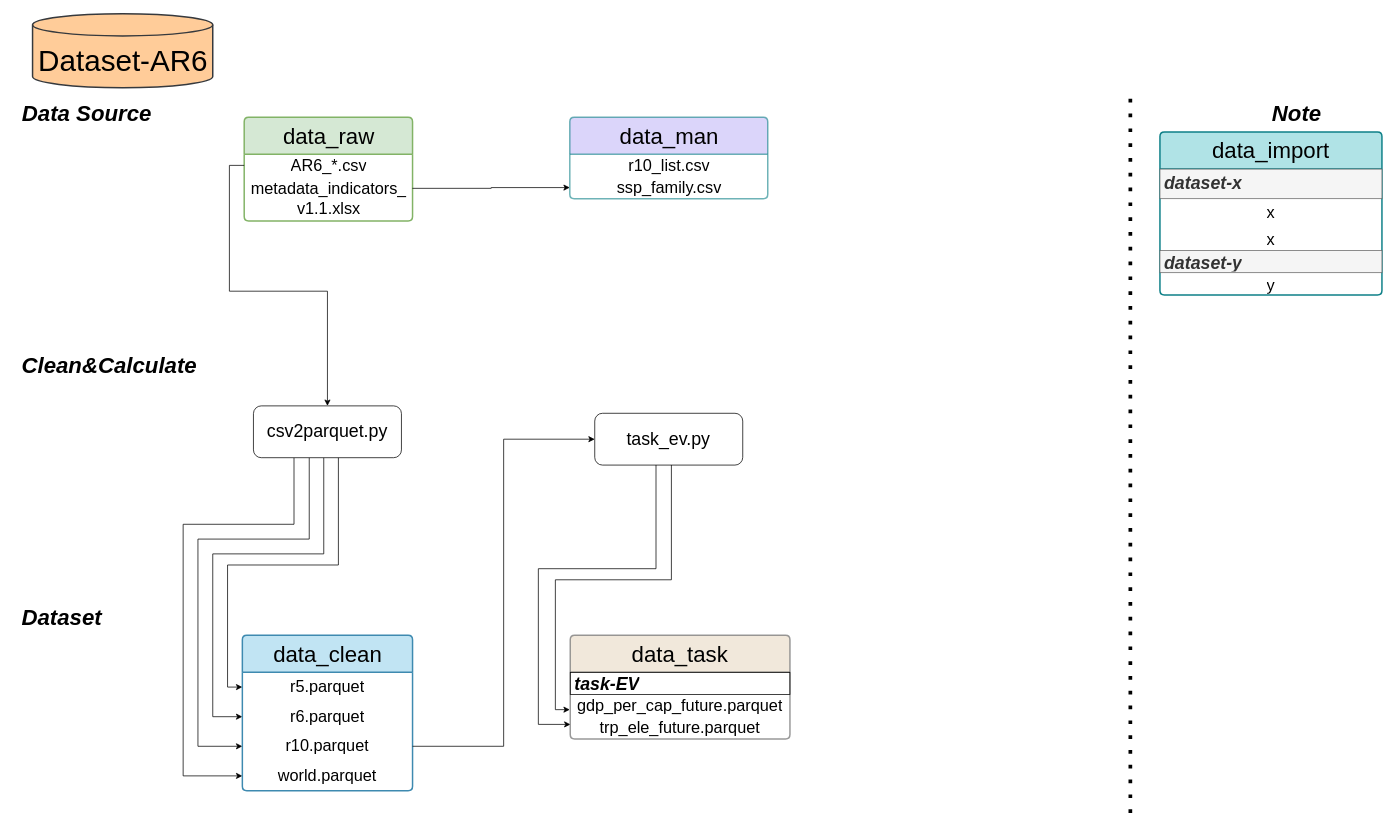
jenchen95/dataset-ar6 keeps this draw.io diagram as structure.drawio. Above is the earlier version. Source tidied: cells renumbered, new cells numbered last; positions are measured from the earlier drawing's top-left corner, leaving out a move shared by most shapes. Both pictures are drawn from the tidied source at 74%, with x=0, y=0 at pixel (13, 13).
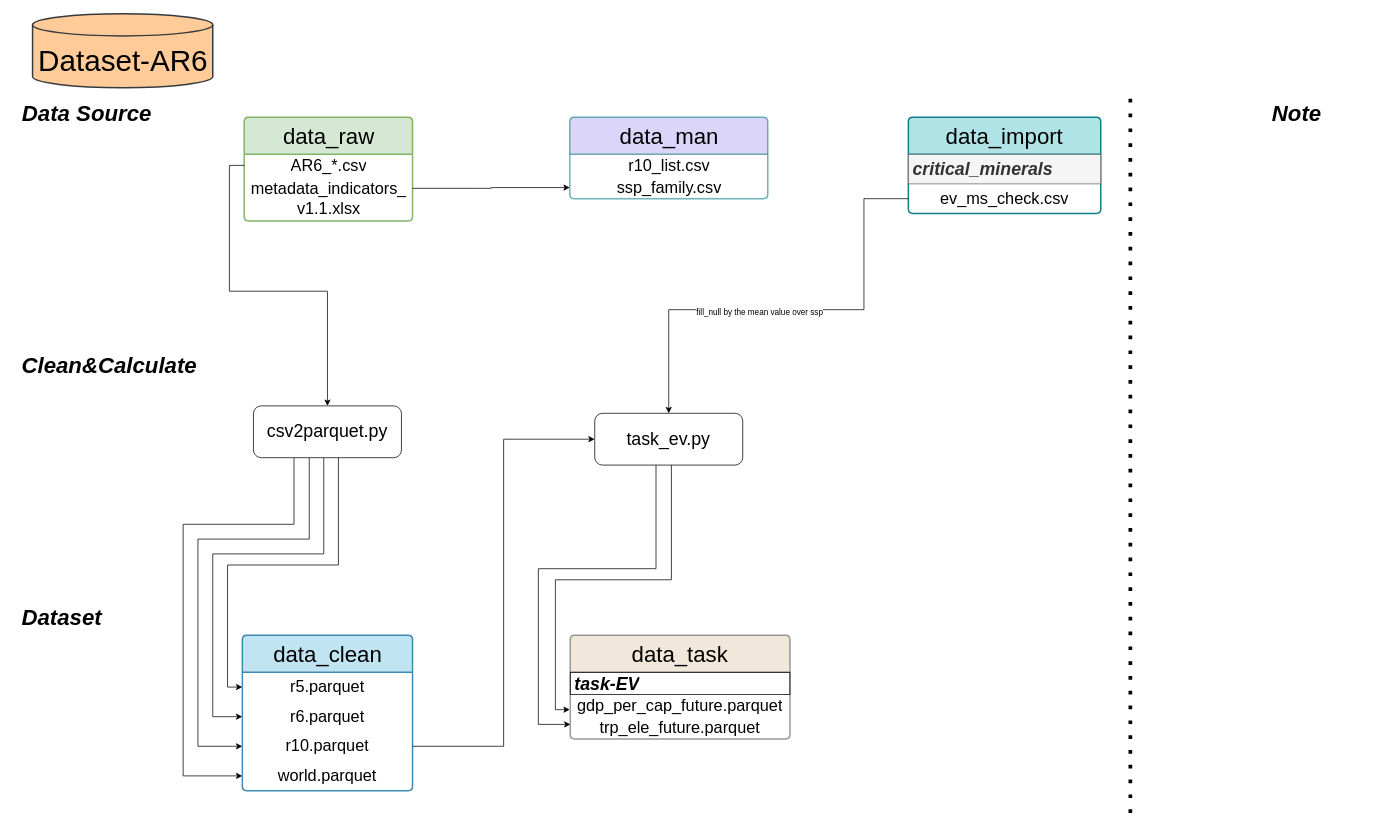
The same page after the edit.

Commit message (it also covers changes not shown here):
[FIX] fill mean value over ssp category for ev

The change refers to these unchanged cells:
```xml
<mxCell id="12" value="&lt;font style=&quot;font-size: 24px;&quot;&gt;task_ev.py&lt;/font&gt;" style="rounded=1;whiteSpace=wrap;html=1;" parent="1" vertex="1">
  <mxGeometry x="786.2" y="540" width="200" height="70" as="geometry" />
</mxCell>
```

The edit, as a diff of the source:
```diff
@@
     <mxCell id="21" value="&lt;span style=&quot;font-size: 30px;&quot;&gt;data_import&lt;/span&gt;" style="swimlane;fontStyle=0;horizontal=1;startSize=50;whiteSpace=wrap;html=1;fillColor=#b0e3e6;strokeColor=#0e8088;rounded=1;align=center;fillStyle=auto;strokeWidth=2;shadow=0;dashed=0;arcSize=4;" parent="1" vertex="1">
-      <mxGeometry x="1550" y="160" width="300" height="220" as="geometry" />
+      <mxGeometry x="1210" y="140" width="260" height="130" as="geometry" />
     </mxCell>
-    <mxCell id="22" value="&lt;font style=&quot;font-size: 24px;&quot;&gt;&lt;b&gt;&lt;i&gt;dataset-x&lt;/i&gt;&lt;/b&gt;&lt;/font&gt;" style="text;strokeColor=#666666;fillColor=#f5f5f5;align=left;verticalAlign=middle;spacingLeft=4;spacingRight=4;overflow=hidden;whiteSpace=wrap;html=1;fontColor=#333333;" parent="21" vertex="1">
-      <mxGeometry y="50" width="300" height="40" as="geometry" />
+    <mxCell id="22" value="&lt;span style=&quot;font-size: 24px;&quot;&gt;&lt;b&gt;&lt;i&gt;critical_minerals&lt;/i&gt;&lt;/b&gt;&lt;/span&gt;" style="text;strokeColor=#666666;fillColor=#f5f5f5;align=left;verticalAlign=middle;spacingLeft=4;spacingRight=4;overflow=hidden;whiteSpace=wrap;html=1;fontColor=#333333;" parent="21" vertex="1">
+      <mxGeometry y="50" width="260" height="40" as="geometry" />
     </mxCell>
-    <mxCell id="23" value="&lt;span style=&quot;font-size: 22px;&quot;&gt;x&lt;/span&gt;" style="text;strokeColor=none;fillColor=none;align=center;verticalAlign=middle;spacingLeft=4;spacingRight=4;overflow=hidden;points=[[0,0.5],[1,0.5]];portConstraint=eastwest;whiteSpace=wrap;html=1;" parent="21" vertex="1">
-      <mxGeometry y="90" width="300" height="40" as="geometry" />
+    <mxCell id="23" value="&lt;span style=&quot;font-size: 22px;&quot;&gt;ev_ms_check.csv&lt;/span&gt;" style="text;strokeColor=none;fillColor=none;align=center;verticalAlign=middle;spacingLeft=4;spacingRight=4;overflow=hidden;points=[[0,0.5],[1,0.5]];portConstraint=eastwest;whiteSpace=wrap;html=1;" parent="21" vertex="1">
+      <mxGeometry y="90" width="260" height="40" as="geometry" />
     </mxCell>
-    <mxCell id="24" value="&lt;font style=&quot;font-size: 22px;&quot;&gt;x&lt;/font&gt;" style="text;strokeColor=none;fillColor=none;align=center;verticalAlign=middle;spacingLeft=4;spacingRight=4;overflow=hidden;whiteSpace=wrap;html=1;" parent="21" vertex="1">
-      <mxGeometry y="130" width="300" height="30" as="geometry" />
-    </mxCell>
-    <mxCell id="25" value="dataset-y" style="text;strokeColor=#666666;fillColor=#f5f5f5;align=left;verticalAlign=middle;spacingLeft=4;spacingRight=4;overflow=hidden;whiteSpace=wrap;html=1;fontSize=24;fontStyle=3;fontColor=#333333;" parent="21" vertex="1">
-      <mxGeometry y="160" width="300" height="30" as="geometry" />
-    </mxCell>
-    <mxCell id="26" value="&lt;font style=&quot;font-size: 22px; font-style: normal; font-weight: normal;&quot;&gt;y&lt;/font&gt;" style="text;align=center;verticalAlign=middle;spacingLeft=4;spacingRight=4;overflow=hidden;whiteSpace=wrap;html=1;fontSize=24;fontStyle=3;" parent="21" vertex="1">
-      <mxGeometry y="190" width="300" height="30" as="geometry" />
-    </mxCell>
@@
+    <mxCell id="41" style="edgeStyle=orthogonalEdgeStyle;rounded=0;jettySize=auto;html=1;exitX=0;exitY=0.5;exitDx=0;exitDy=0;entryX=0.5;entryY=0;entryDx=0;entryDy=0;" parent="1" edge="1" source="23" target="12">
+      <mxGeometry relative="1" as="geometry">
+        <Array as="points">
+          <mxPoint x="1150" y="250" />
+          <mxPoint x="1150" y="400" />
+          <mxPoint x="886" y="400" />
+        </Array>
+      </mxGeometry>
+    </mxCell>
+    <mxCell id="42" value="fill_null by the mean value over ssp" style="edgeLabel;html=1;align=center;verticalAlign=middle;" parent="41" vertex="1">
+      <mxGeometry x="0.25" y="2" relative="1" as="geometry">
+        <mxPoint x="32" as="offset" />
+      </mxGeometry>
+    </mxCell>
```
